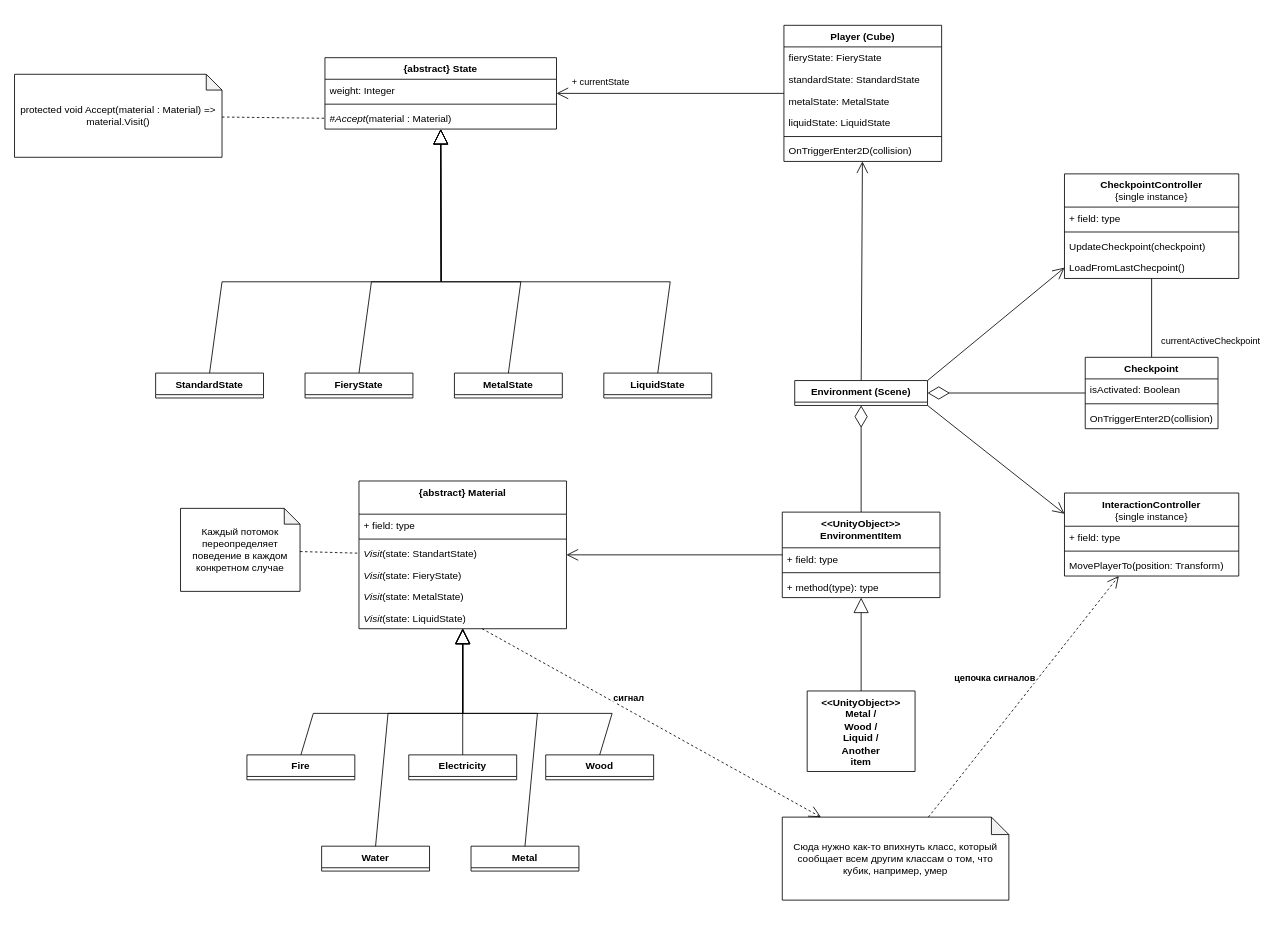
The draw.io diagram Documentation/Cube states Diagram.drawio in Mithrilll/Rock, before the edit. Source tidied: cells renumbered, new cells numbered last; positions are measured from the earlier drawing's top-left corner, leaving out a move shared by most shapes. Both pictures are drawn from the tidied source at 83%, with x=0, y=0 at pixel (14, 25).
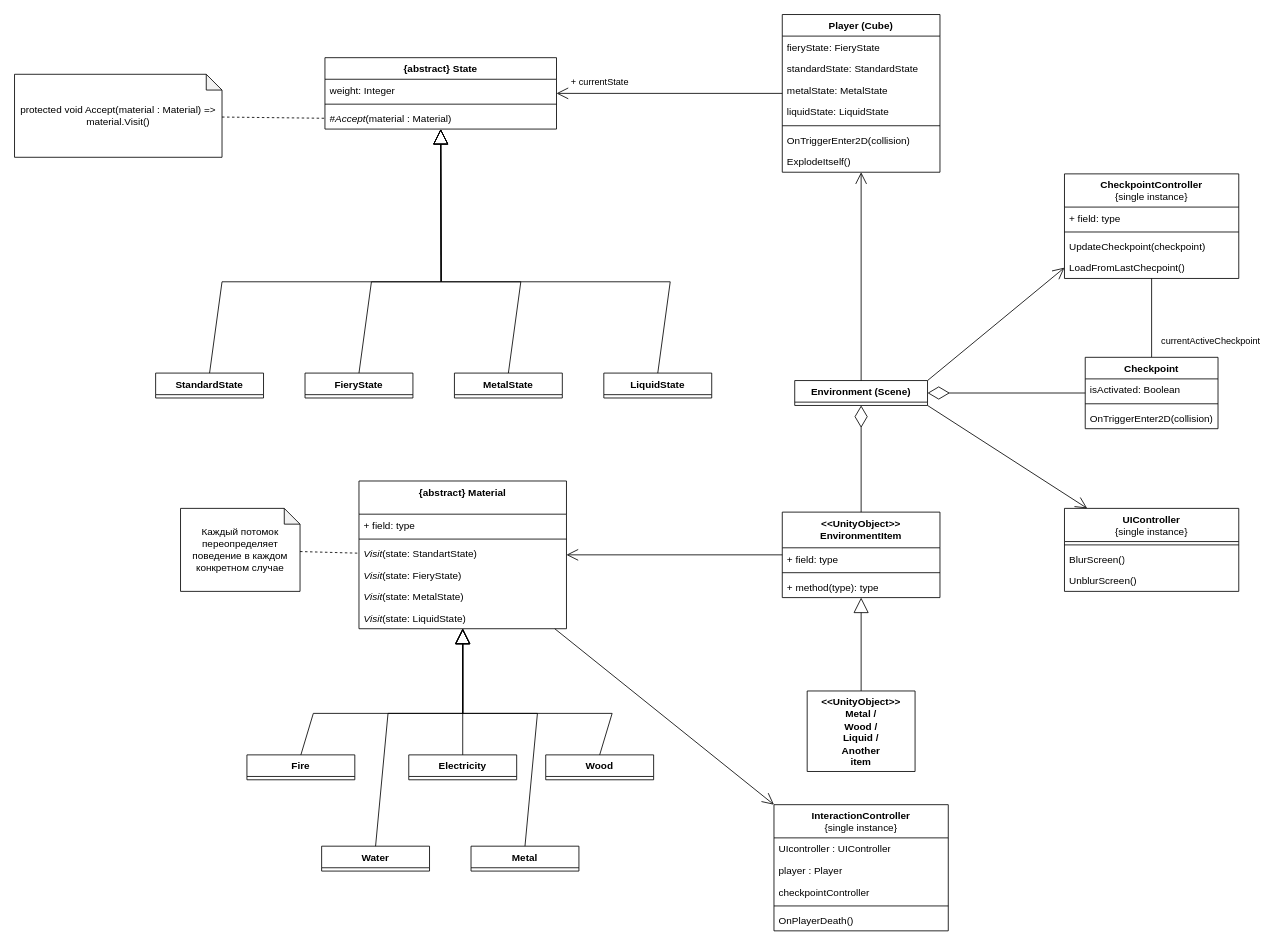
After the change.

Commit message (it also covers changes not shown here):
Add architecture of player's death

The change refers to these unchanged cells:
```xml
<mxCell id="14" value="{abstract} Material" style="swimlane;fontStyle=1;align=center;verticalAlign=top;horizontal=1;startSize=40;whiteSpace=wrap;html=1;" parent="1" vertex="1">
  <mxGeometry x="415" y="549" width="250" height="178" as="geometry" />
</mxCell>
<mxCell id="20" value="&lt;i&gt;Visit&lt;/i&gt;(state: LiquidState)" style="text;strokeColor=none;fillColor=none;align=left;verticalAlign=top;spacingLeft=4;spacingRight=4;overflow=hidden;points=[[0,0.5],[1,0.5]];portConstraint=eastwest;whiteSpace=wrap;html=1;" parent="14" vertex="1">
  <mxGeometry y="152" width="250" height="26" as="geometry" />
</mxCell>
<mxCell id="37" value="Environment (Scene)" style="swimlane;fontStyle=1;align=center;verticalAlign=top;horizontal=1;startSize=26;whiteSpace=wrap;html=1;" parent="1" vertex="1" collapsed="1">
  <mxGeometry x="940" y="428" width="160" height="30" as="geometry" />
</mxCell>
```

The edit, as a diff of the source:
```diff
@@
     <mxCell id="28" value="Player (Cube)" style="swimlane;fontStyle=1;align=center;verticalAlign=top;horizontal=1;startSize=26;whiteSpace=wrap;html=1;" parent="1" vertex="1">
-      <mxGeometry x="927" width="190" height="164" as="geometry" />
+      <mxGeometry x="925" y="-13" width="190" height="190" as="geometry" />
     </mxCell>
@@
+    <mxCell id="77" value="ExplodeItself()" style="text;strokeColor=none;fillColor=none;align=left;verticalAlign=top;spacingLeft=4;spacingRight=4;overflow=hidden;whiteSpace=wrap;html=1;" parent="28" vertex="1">
+      <mxGeometry y="164" width="190" height="26" as="geometry" />
+    </mxCell>
@@
-    <mxCell id="36" style="edgeStyle=none;shape=connector;rounded=0;jettySize=auto;html=1;exitX=1;exitY=1;exitDx=0;exitDy=0;labelBackgroundColor=default;strokeColor=default;fontFamily=Helvetica;fontSize=11;fontColor=default;endArrow=open;endFill=1;endSize=12;entryX=0;entryY=0.25;entryDx=0;entryDy=0;" parent="1" edge="1" source="37" target="68">
-      <mxGeometry relative="1" as="geometry" />
-    </mxCell>
@@
+    <mxCell id="78" style="endArrow=open;endFill=1;endSize=12;html=1;rounded=0;entryX=0;entryY=0;entryDx=0;entryDy=0;" parent="1" edge="1" source="14" target="68">
+      <mxGeometry relative="1" as="geometry" />
+    </mxCell>
+    <mxCell id="79" value="UIController&lt;br&gt;&lt;span style=&quot;font-weight: normal;&quot;&gt;{single instance}&lt;/span&gt;" style="swimlane;fontStyle=1;align=center;verticalAlign=top;horizontal=1;startSize=40;whiteSpace=wrap;html=1;" parent="1" vertex="1">
+      <mxGeometry x="1265" y="582" width="210" height="100" as="geometry" />
+    </mxCell>
+    <mxCell id="80" style="line;strokeWidth=1;fillColor=none;align=left;verticalAlign=middle;spacingTop=-1;spacingLeft=3;spacingRight=3;labelPosition=right;strokeColor=inherit;" parent="79" vertex="1">
+      <mxGeometry y="40" width="210" height="8" as="geometry" />
+    </mxCell>
+    <mxCell id="81" value="BlurScreen()" style="text;strokeColor=none;fillColor=none;align=left;verticalAlign=top;spacingLeft=4;spacingRight=4;overflow=hidden;whiteSpace=wrap;html=1;" parent="79" vertex="1">
+      <mxGeometry y="48" width="210" height="26" as="geometry" />
+    </mxCell>
+    <mxCell id="82" value="UnblurScreen()" style="text;strokeColor=none;fillColor=none;align=left;verticalAlign=top;spacingLeft=4;spacingRight=4;overflow=hidden;whiteSpace=wrap;html=1;" parent="79" vertex="1">
+      <mxGeometry y="74" width="210" height="26" as="geometry" />
+    </mxCell>
+    <mxCell id="83" style="edgeStyle=none;shape=connector;rounded=0;jettySize=auto;html=1;labelBackgroundColor=default;strokeColor=default;fontFamily=Helvetica;fontSize=11;fontColor=default;endArrow=open;endFill=1;endSize=12;exitX=1;exitY=1;exitDx=0;exitDy=0;" parent="1" edge="1" source="37" target="79">
+      <mxGeometry relative="1" as="geometry" />
+    </mxCell>
-    <mxCell id="68" value="InteractionController&lt;br&gt;&lt;span style=&quot;font-weight: normal;&quot;&gt;{single instance}&lt;/span&gt;" style="swimlane;fontStyle=1;align=center;verticalAlign=top;horizontal=1;startSize=40;whiteSpace=wrap;html=1;" parent="1" vertex="1">
-      <mxGeometry x="1265" y="563.5" width="210" height="100" as="geometry" />
+    <mxCell id="68" value="InteractionController&lt;br style=&quot;border-color: var(--border-color);&quot;&gt;&lt;span style=&quot;font-weight: normal;&quot;&gt;{single instance}&lt;/span&gt;" style="swimlane;fontStyle=1;align=center;verticalAlign=top;horizontal=1;startSize=40;whiteSpace=wrap;html=1;" parent="1" vertex="1">
+      <mxGeometry x="915" y="939" width="210" height="152" as="geometry" />
     </mxCell>
-    <mxCell id="69" value="+ field: type" style="text;strokeColor=none;fillColor=none;align=left;verticalAlign=top;spacingLeft=4;spacingRight=4;overflow=hidden;whiteSpace=wrap;html=1;" parent="68" vertex="1">
-      <mxGeometry y="40" width="210" height="26" as="geometry" />
-    </mxCell>
-    <mxCell id="70" style="line;strokeWidth=1;fillColor=none;align=left;verticalAlign=middle;spacingTop=-1;spacingLeft=3;spacingRight=3;labelPosition=right;strokeColor=inherit;" parent="68" vertex="1">
-      <mxGeometry y="66" width="210" height="8" as="geometry" />
-    </mxCell>
-    <mxCell id="71" value="MovePlayerTo(position: Transform)" style="text;strokeColor=none;fillColor=none;align=left;verticalAlign=top;spacingLeft=4;spacingRight=4;overflow=hidden;whiteSpace=wrap;html=1;" parent="68" vertex="1">
-      <mxGeometry y="74" width="210" height="26" as="geometry" />
-    </mxCell>
-    <mxCell id="72" style="edgeStyle=none;shape=connector;rounded=0;jettySize=auto;html=1;labelBackgroundColor=default;strokeColor=default;fontFamily=Helvetica;fontSize=11;fontColor=default;endArrow=open;endFill=1;endSize=12;dashed=1;" parent="1" edge="1" source="74" target="68">
-      <mxGeometry relative="1" as="geometry" />
-    </mxCell>
-    <mxCell id="73" value="&lt;b&gt;цепочка сигналов&lt;/b&gt;" style="edgeLabel;html=1;align=center;verticalAlign=middle;fontSize=11;fontFamily=Helvetica;fontColor=default;" parent="72" vertex="1">
-      <mxGeometry x="0.16" y="-1" relative="1" as="geometry">
-        <mxPoint x="-55" as="offset" />
-      </mxGeometry>
-    </mxCell>
-    <mxCell id="74" value="Сюда нужно как-то впихнуть класс, который сообщает всем другим классам о том, что кубик, например, умер" style="shape=note;whiteSpace=wrap;html=1;backgroundOutline=1;darkOpacity=0.05;size=21;" parent="1" vertex="1">
-      <mxGeometry x="925" y="954" width="273" height="100" as="geometry" />
-    </mxCell>
-    <mxCell id="75" style="edgeStyle=none;shape=connector;rounded=0;jettySize=auto;html=1;labelBackgroundColor=default;strokeColor=default;fontFamily=Helvetica;fontSize=11;fontColor=default;endArrow=open;endFill=1;endSize=12;dashed=1;" parent="1" edge="1" source="20" target="74">
-      <mxGeometry relative="1" as="geometry" />
-    </mxCell>
-    <mxCell id="76" value="&lt;b&gt;сигнал&lt;/b&gt;" style="edgeLabel;html=1;align=center;verticalAlign=middle;fontSize=11;fontFamily=Helvetica;fontColor=default;" parent="75" vertex="1">
-      <mxGeometry x="-0.17" y="2" relative="1" as="geometry">
-        <mxPoint x="6" y="-10" as="offset" />
-      </mxGeometry>
-    </mxCell>
+    <mxCell id="84" value="UIcontroller : UIController" style="text;strokeColor=none;fillColor=none;align=left;verticalAlign=top;spacingLeft=4;spacingRight=4;overflow=hidden;whiteSpace=wrap;html=1;" parent="68" vertex="1">
+      <mxGeometry y="40" width="210" height="26" as="geometry" />
+    </mxCell>
+    <mxCell id="85" value="player : Player" style="text;strokeColor=none;fillColor=none;align=left;verticalAlign=top;spacingLeft=4;spacingRight=4;overflow=hidden;whiteSpace=wrap;html=1;" parent="68" vertex="1">
+      <mxGeometry y="66" width="210" height="26" as="geometry" />
+    </mxCell>
+    <mxCell id="86" value="checkpointController&amp;nbsp;" style="text;strokeColor=none;fillColor=none;align=left;verticalAlign=top;spacingLeft=4;spacingRight=4;overflow=hidden;whiteSpace=wrap;html=1;" parent="68" vertex="1">
+      <mxGeometry y="92" width="210" height="26" as="geometry" />
+    </mxCell>
+    <mxCell id="87" style="line;strokeWidth=1;fillColor=none;align=left;verticalAlign=middle;spacingTop=-1;spacingLeft=3;spacingRight=3;labelPosition=right;strokeColor=inherit;" parent="68" vertex="1">
+      <mxGeometry y="118" width="210" height="8" as="geometry" />
+    </mxCell>
+    <mxCell id="88" value="OnPlayerDeath()" style="text;strokeColor=none;fillColor=none;align=left;verticalAlign=top;spacingLeft=4;spacingRight=4;overflow=hidden;whiteSpace=wrap;html=1;" parent="68" vertex="1">
+      <mxGeometry y="126" width="210" height="26" as="geometry" />
+    </mxCell>
```
